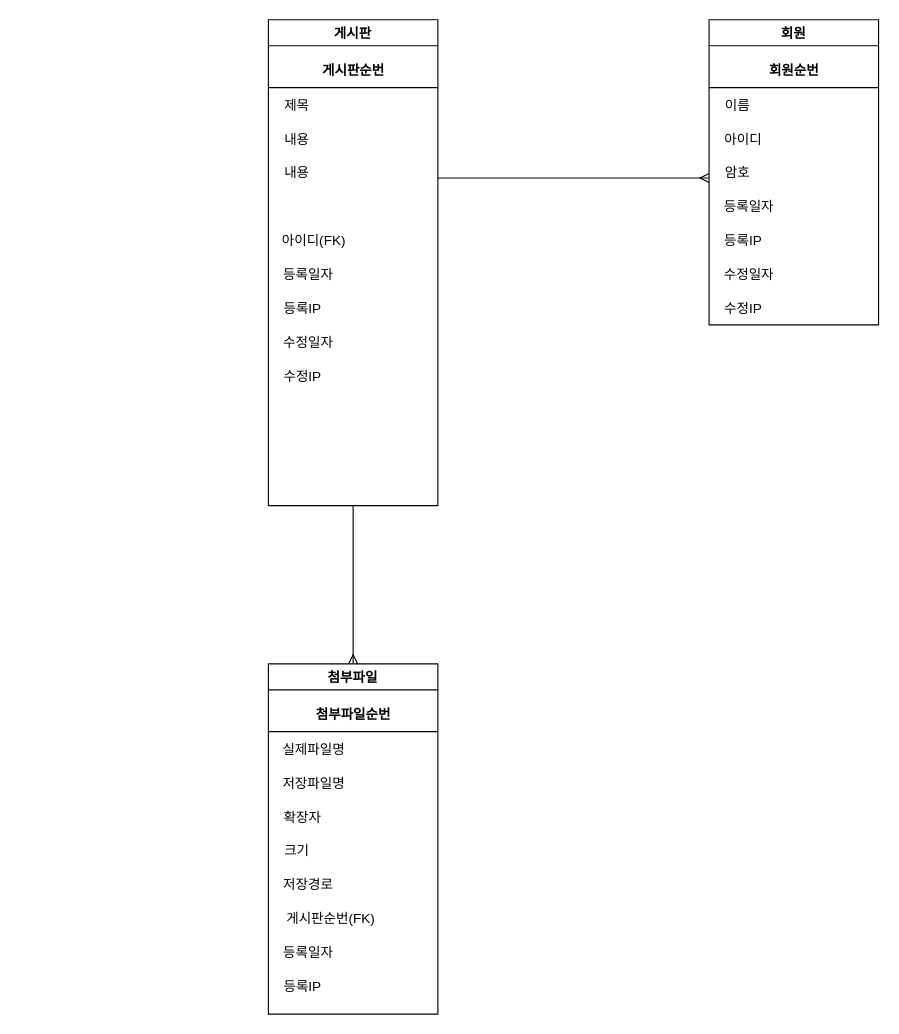
Before: Untitled Diagram.drawio in sos9210/git4, a draw.io diagram. Source tidied: cells renumbered, new cells numbered last; positions are measured from the earlier drawing's top-left corner, leaving out a move shared by most shapes. Both pictures are drawn from the tidied source at 113%, with x=0, y=0 at pixel (268, 19).
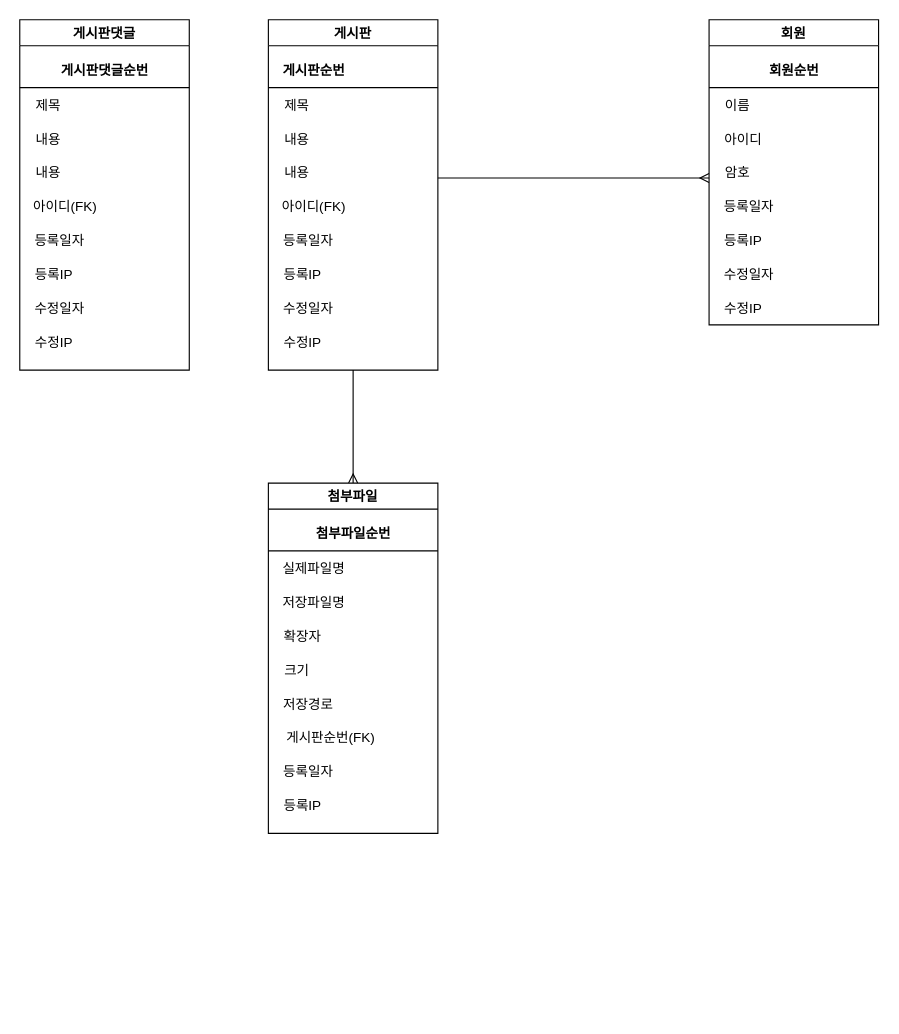
The same diagram, later.

Diff of the diagram source:
```diff
@@
     <mxCell id="12" value="게시판" style="swimlane;startSize=23;" parent="1" vertex="1">
-      <mxGeometry width="150" height="430" as="geometry" />
+      <mxGeometry width="150" height="310" as="geometry" />
     </mxCell>
     <mxCell id="13" value="&lt;b&gt;게시판순번&lt;/b&gt;" style="text;html=1;align=center;verticalAlign=middle;strokeColor=none;fillColor=none;strokeWidth=4;" parent="12" vertex="1">
-      <mxGeometry x="35" y="30" width="80" height="30" as="geometry" />
+      <mxGeometry y="30" width="80" height="30" as="geometry" />
     </mxCell>
@@
     <mxCell id="15" value="&lt;font style=&quot;font-size: 12px;&quot;&gt;아이디(FK)&lt;/font&gt;" style="text;html=1;align=center;verticalAlign=middle;strokeColor=none;fillColor=none;fontSize=17;" parent="12" vertex="1">
-      <mxGeometry y="180" width="80" height="30" as="geometry" />
+      <mxGeometry y="150" width="80" height="30" as="geometry" />
     </mxCell>
     <mxCell id="16" value="&lt;font style=&quot;font-size: 12px;&quot;&gt;등록일자&lt;/font&gt;" style="text;html=1;align=center;verticalAlign=middle;strokeColor=none;fillColor=none;fontSize=17;" parent="12" vertex="1">
-      <mxGeometry y="210" width="70" height="30" as="geometry" />
+      <mxGeometry y="180" width="70" height="30" as="geometry" />
     </mxCell>
     <mxCell id="17" value="&lt;font style=&quot;font-size: 12px;&quot;&gt;등록IP&lt;/font&gt;" style="text;html=1;align=center;verticalAlign=middle;strokeColor=none;fillColor=none;fontSize=17;" parent="12" vertex="1">
-      <mxGeometry y="240" width="60" height="30" as="geometry" />
+      <mxGeometry y="210" width="60" height="30" as="geometry" />
     </mxCell>
     <mxCell id="18" value="&lt;font style=&quot;font-size: 12px;&quot;&gt;수정일자&lt;/font&gt;" style="text;html=1;align=center;verticalAlign=middle;strokeColor=none;fillColor=none;fontSize=17;" parent="12" vertex="1">
-      <mxGeometry y="270" width="70" height="30" as="geometry" />
+      <mxGeometry y="240" width="70" height="30" as="geometry" />
     </mxCell>
     <mxCell id="19" value="&lt;font style=&quot;font-size: 12px;&quot;&gt;수정IP&lt;/font&gt;" style="text;html=1;align=center;verticalAlign=middle;strokeColor=none;fillColor=none;fontSize=17;" parent="12" vertex="1">
-      <mxGeometry y="300" width="60" height="30" as="geometry" />
+      <mxGeometry y="270" width="60" height="30" as="geometry" />
     </mxCell>
@@
     <mxCell id="24" value="첨부파일" style="swimlane;startSize=23;" parent="1" vertex="1">
-      <mxGeometry y="570" width="150" height="310" as="geometry" />
+      <mxGeometry y="410" width="150" height="310" as="geometry" />
     </mxCell>
@@
-    <mxCell id="35" style="fontSize=12;html=1;endArrow=ERmany;rounded=0;verticalAlign=middle;exitX=0.5;exitY=1;exitDx=0;exitDy=0;" parent="1" edge="1" source="12">
-      <mxGeometry relative="1" as="geometry">
-        <mxPoint x="75" y="570" as="targetPoint" />
-      </mxGeometry>
+    <mxCell id="35" style="fontSize=12;html=1;endArrow=ERmany;rounded=0;verticalAlign=middle;exitX=0.5;exitY=1;exitDx=0;exitDy=0;entryX=0.5;entryY=0;entryDx=0;entryDy=0;" parent="1" edge="1" source="12" target="24">
+      <mxGeometry relative="1" as="geometry" />
     </mxCell>
+    <mxCell id="36" value="게시판댓글" style="swimlane;startSize=23;" parent="1" vertex="1">
+      <mxGeometry x="-220" width="150" height="310" as="geometry" />
+    </mxCell>
+    <mxCell id="37" value="&lt;b&gt;게시판댓글순번&lt;/b&gt;" style="text;html=1;align=center;verticalAlign=middle;strokeColor=none;fillColor=none;strokeWidth=4;" parent="36" vertex="1">
+      <mxGeometry x="20" y="30" width="110" height="30" as="geometry" />
+    </mxCell>
+    <mxCell id="38" style="endArrow=none;html=1;rounded=0;" parent="36" edge="1">
+      <mxGeometry relative="1" as="geometry">
+        <mxPoint y="60" as="sourcePoint" />
+        <mxPoint x="150" y="60" as="targetPoint" />
+      </mxGeometry>
+    </mxCell>
+    <mxCell id="39" value="&lt;font style=&quot;font-size: 12px;&quot;&gt;아이디(FK)&lt;/font&gt;" style="text;html=1;align=center;verticalAlign=middle;strokeColor=none;fillColor=none;fontSize=17;" parent="36" vertex="1">
+      <mxGeometry y="150" width="80" height="30" as="geometry" />
+    </mxCell>
+    <mxCell id="40" value="&lt;font style=&quot;font-size: 12px;&quot;&gt;등록일자&lt;/font&gt;" style="text;html=1;align=center;verticalAlign=middle;strokeColor=none;fillColor=none;fontSize=17;" parent="36" vertex="1">
+      <mxGeometry y="180" width="70" height="30" as="geometry" />
+    </mxCell>
+    <mxCell id="41" value="&lt;font style=&quot;font-size: 12px;&quot;&gt;등록IP&lt;/font&gt;" style="text;html=1;align=center;verticalAlign=middle;strokeColor=none;fillColor=none;fontSize=17;" parent="36" vertex="1">
+      <mxGeometry y="210" width="60" height="30" as="geometry" />
+    </mxCell>
+    <mxCell id="42" value="&lt;font style=&quot;font-size: 12px;&quot;&gt;수정일자&lt;/font&gt;" style="text;html=1;align=center;verticalAlign=middle;strokeColor=none;fillColor=none;fontSize=17;" parent="36" vertex="1">
+      <mxGeometry y="240" width="70" height="30" as="geometry" />
+    </mxCell>
+    <mxCell id="43" value="&lt;font style=&quot;font-size: 12px;&quot;&gt;수정IP&lt;/font&gt;" style="text;html=1;align=center;verticalAlign=middle;strokeColor=none;fillColor=none;fontSize=17;" parent="36" vertex="1">
+      <mxGeometry y="270" width="60" height="30" as="geometry" />
+    </mxCell>
+    <mxCell id="44" value="&lt;span style=&quot;font-size: 12px;&quot;&gt;제목&lt;/span&gt;" style="text;html=1;align=center;verticalAlign=middle;strokeColor=none;fillColor=none;fontSize=17;" parent="36" vertex="1">
+      <mxGeometry y="60" width="50" height="30" as="geometry" />
+    </mxCell>
+    <mxCell id="45" value="&lt;span style=&quot;font-size: 12px;&quot;&gt;내용&lt;/span&gt;" style="text;html=1;align=center;verticalAlign=middle;strokeColor=none;fillColor=none;fontSize=17;" parent="36" vertex="1">
+      <mxGeometry y="90" width="50" height="30" as="geometry" />
+    </mxCell>
+    <mxCell id="46" value="&lt;span style=&quot;font-size: 12px;&quot;&gt;내용&lt;/span&gt;" style="text;html=1;align=center;verticalAlign=middle;strokeColor=none;fillColor=none;fontSize=17;" parent="36" vertex="1">
+      <mxGeometry y="120" width="50" height="30" as="geometry" />
+    </mxCell>
```
